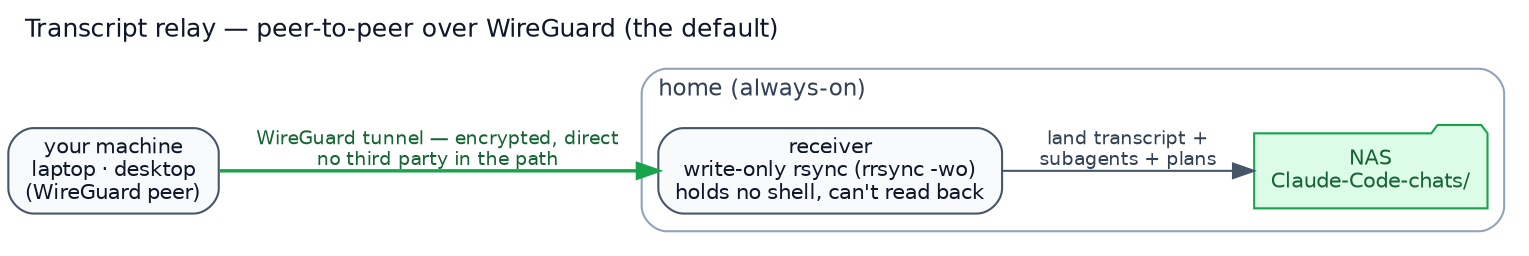
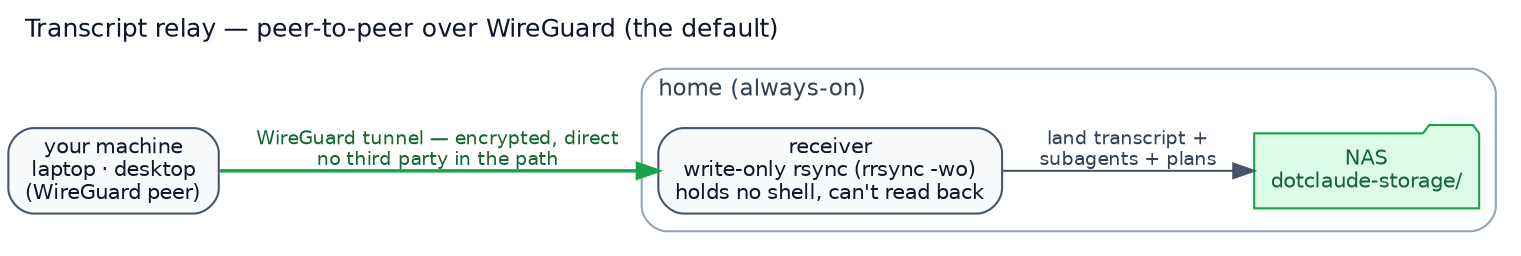
// Source for docs/transport-wg.svg — render: dot -Tsvg docs/transport-wg.dot -o docs/transport-wg.svg
digraph transport_wg {
  rankdir=LR; bgcolor="white";
  fontname="Helvetica"; fontsize=12;
  label="Transcript relay — peer-to-peer over WireGuard (the default)";
  labelloc=t; labeljust=l; fontcolor="#0f172a";
  node [fontname="Helvetica", fontsize=10, shape=box, style="rounded,filled",
        fillcolor="#f8fafc", color="#475569", fontcolor="#0f172a"];
  edge [fontname="Helvetica", fontsize=9, color="#475569", fontcolor="#334155"];

  SND [label="your machine\nlaptop · desktop\n(WireGuard peer)"];

  subgraph cluster_home {
    label="home (always-on)"; style="rounded"; color="#94a3b8"; fontcolor="#334155"; fontsize=11;
    RX  [label="receiver\nwrite-only rsync (rrsync -wo)\nholds no shell, can't read back"];
    NAS [shape=folder, fillcolor="#dcfce7", color="#16a34a", fontcolor="#166534",
-          label="NAS\nClaude-Code-chats/"];
+          label="NAS\ndotclaude-storage/"];
    RX -> NAS [label="land transcript +\nsubagents + plans"];
  }

  SND -> RX [color="#16a34a", fontcolor="#166534", penwidth=1.6,
             label="WireGuard tunnel — encrypted, direct\nno third party in the path"];
}
